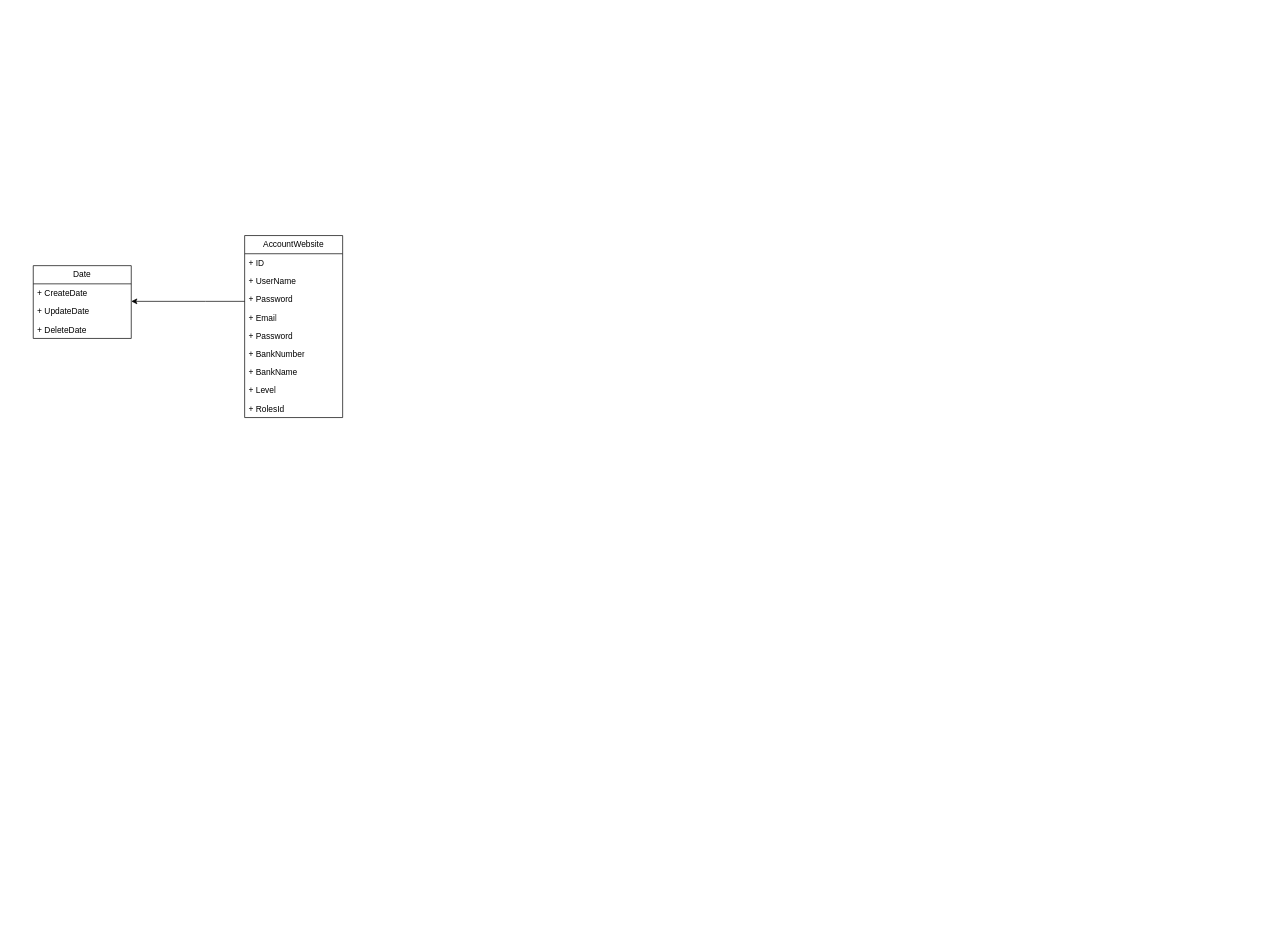
This is Biểu đồ không có tiêu đề.drawio from RudeusGs/GameTradeZone, a draw.io file, before an edit. Source tidied: cells renumbered, new cells numbered last; positions are measured from the earlier drawing's top-left corner, leaving out a move shared by most shapes. Both pictures are drawn from the tidied source at 70%, with x=0, y=0 at pixel (33, 235).
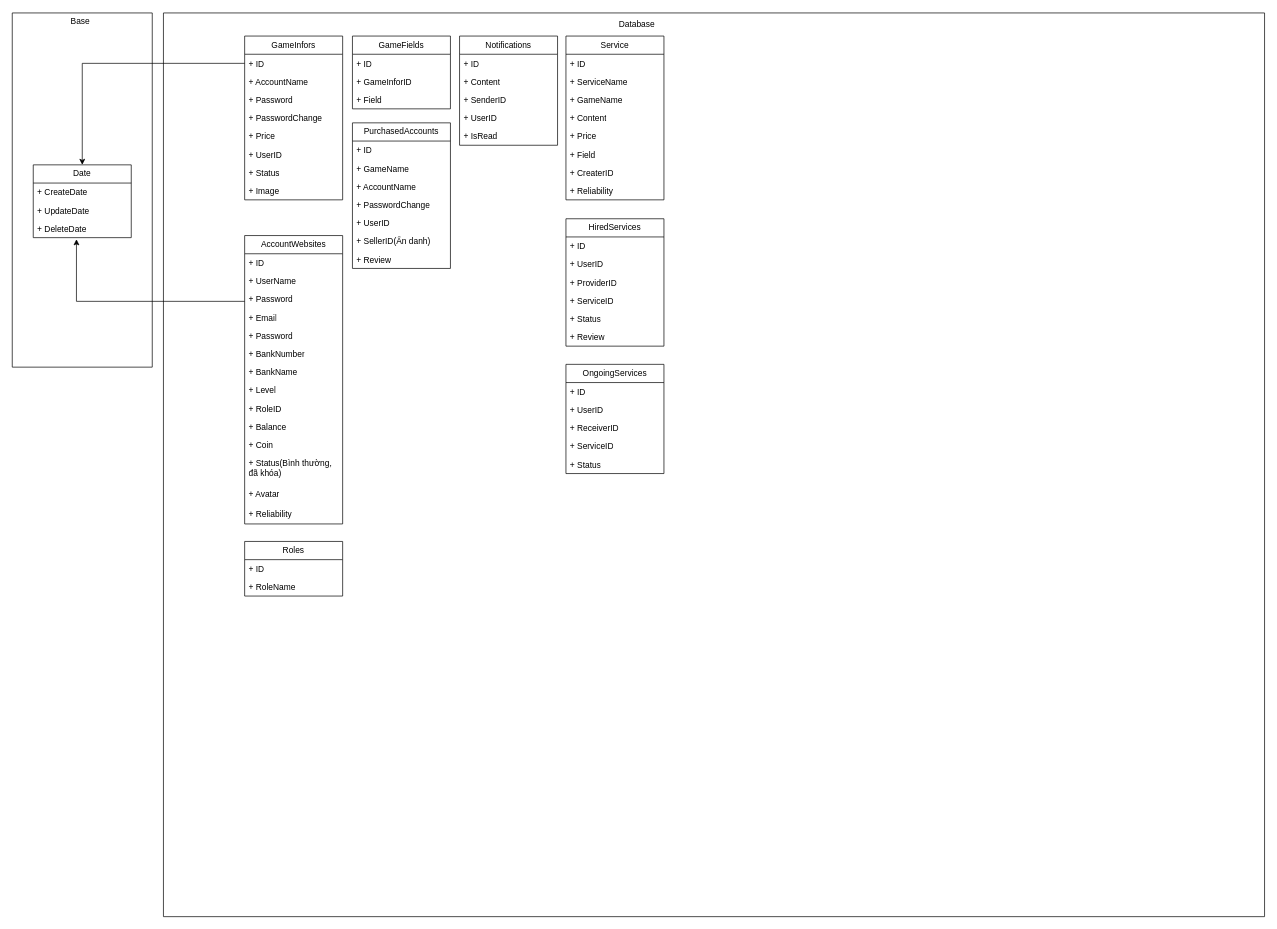
After the change.

The change refers to these unchanged cells:
```xml
<mxCell id="14" value="+ UpdateDate" style="text;strokeColor=none;fillColor=none;align=left;verticalAlign=top;spacingLeft=4;spacingRight=4;overflow=hidden;points=[[0,0.5],[1,0.5]];portConstraint=eastwest;whiteSpace=wrap;html=1;" parent="12" vertex="1">
  <mxGeometry y="52" width="140" height="26" as="geometry" />
</mxCell>
<mxCell id="15" value="+ DeleteDate" style="text;strokeColor=none;fillColor=none;align=left;verticalAlign=top;spacingLeft=4;spacingRight=4;overflow=hidden;points=[[0,0.5],[1,0.5]];portConstraint=eastwest;whiteSpace=wrap;html=1;" parent="12" vertex="1">
  <mxGeometry y="78" width="140" height="26" as="geometry" />
</mxCell>
```

The edit, as a diff of the source:
```diff
@@
-    <mxCell id="2" value="AccountWebsite" style="swimlane;fontStyle=0;horizontal=1;startSize=26;fillColor=none;whiteSpace=wrap;html=1;" parent="1" vertex="1">
-      <mxGeometry x="302" width="140" height="260" as="geometry" />
+    <mxCell id="2" value="AccountWebsites" style="swimlane;fontStyle=0;horizontal=1;startSize=26;fillColor=none;whiteSpace=wrap;html=1;" parent="1" vertex="1">
+      <mxGeometry x="302" width="140" height="412" as="geometry" />
     </mxCell>
@@
-    <mxCell id="11" value="+ RolesId" style="text;strokeColor=none;fillColor=none;align=left;verticalAlign=top;spacingLeft=4;spacingRight=4;overflow=hidden;whiteSpace=wrap;html=1;" parent="2" vertex="1">
+    <mxCell id="11" value="+ RoleID" style="text;strokeColor=none;fillColor=none;align=left;verticalAlign=top;spacingLeft=4;spacingRight=4;overflow=hidden;whiteSpace=wrap;html=1;" parent="2" vertex="1">
       <mxGeometry y="234" width="140" height="26" as="geometry" />
     </mxCell>
+    <mxCell id="17" value="+ Balance" style="text;strokeColor=none;fillColor=none;align=left;verticalAlign=top;spacingLeft=4;spacingRight=4;overflow=hidden;whiteSpace=wrap;html=1;" parent="2" vertex="1">
+      <mxGeometry y="260" width="140" height="26" as="geometry" />
+    </mxCell>
+    <mxCell id="18" value="+ Coin" style="text;strokeColor=none;fillColor=none;align=left;verticalAlign=top;spacingLeft=4;spacingRight=4;overflow=hidden;whiteSpace=wrap;html=1;" parent="2" vertex="1">
+      <mxGeometry y="286" width="140" height="26" as="geometry" />
+    </mxCell>
+    <mxCell id="19" value="+ Status(Bình thường, đã khóa)" style="text;strokeColor=none;fillColor=none;align=left;verticalAlign=top;spacingLeft=4;spacingRight=4;overflow=hidden;whiteSpace=wrap;html=1;" parent="2" vertex="1">
+      <mxGeometry y="312" width="140" height="44" as="geometry" />
+    </mxCell>
+    <mxCell id="20" value="+ Avatar" style="text;strokeColor=none;fillColor=none;align=left;verticalAlign=top;spacingLeft=4;spacingRight=4;overflow=hidden;whiteSpace=wrap;html=1;" parent="2" vertex="1">
+      <mxGeometry y="356" width="140" height="28" as="geometry" />
+    </mxCell>
+    <mxCell id="21" value="+ Reliability" style="text;strokeColor=none;fillColor=none;align=left;verticalAlign=top;spacingLeft=4;spacingRight=4;overflow=hidden;whiteSpace=wrap;html=1;" parent="2" vertex="1">
+      <mxGeometry y="384" width="140" height="28" as="geometry" />
+    </mxCell>
+    <mxCell id="16" style="edgeStyle=orthogonalEdgeStyle;rounded=0;jettySize=auto;html=1;entryX=0.441;entryY=1.09;entryDx=0;entryDy=0;entryPerimeter=0;" parent="1" edge="1" source="2" target="15">
+      <mxGeometry relative="1" as="geometry">
+        <Array as="points">
+          <mxPoint x="62" y="94" />
+        </Array>
+      </mxGeometry>
+    </mxCell>
+    <mxCell id="22" style="swimlane;startSize=0;" parent="1" vertex="1">
+      <mxGeometry x="-30" y="-318" width="200" height="506" as="geometry" />
+    </mxCell>
-    <mxCell id="12" value="Date" style="swimlane;fontStyle=0;horizontal=1;startSize=26;fillColor=none;whiteSpace=wrap;html=1;" parent="1" vertex="1">
-      <mxGeometry y="43" width="140" height="104" as="geometry" />
+    <mxCell id="12" value="Date" style="swimlane;fontStyle=0;horizontal=1;startSize=26;fillColor=none;whiteSpace=wrap;html=1;" parent="22" vertex="1">
+      <mxGeometry x="30" y="217" width="140" height="104" as="geometry" />
     </mxCell>
@@
-    <mxCell id="16" style="edgeStyle=orthogonalEdgeStyle;rounded=0;jettySize=auto;html=1;entryX=1;entryY=-0.038;entryDx=0;entryDy=0;entryPerimeter=0;" parent="1" edge="1" source="2" target="14">
-      <mxGeometry relative="1" as="geometry">
-        <Array as="points">
-          <mxPoint x="246" y="94" />
-          <mxPoint x="246" y="94" />
-        </Array>
-      </mxGeometry>
-    </mxCell>
+    <mxCell id="23" value="Base" style="text;html=1;align=center;verticalAlign=middle;strokeColor=none;fillColor=none;" parent="1" vertex="1">
+      <mxGeometry x="44" y="-319" width="45" height="26" as="geometry" />
+    </mxCell>
+    <mxCell id="24" style="swimlane;startSize=0;" parent="1" vertex="1">
+      <mxGeometry x="186" y="-318" width="1573" height="1291" as="geometry" />
+    </mxCell>
+    <mxCell id="25" value="Database" style="text;html=1;align=center;verticalAlign=middle;strokeColor=none;fillColor=none;" parent="24" vertex="1">
+      <mxGeometry x="641" y="4" width="69" height="26" as="geometry" />
+    </mxCell>
+    <mxCell id="26" value="GameFields" style="swimlane;fontStyle=0;horizontal=1;startSize=26;fillColor=none;whiteSpace=wrap;html=1;" parent="24" vertex="1">
+      <mxGeometry x="270" y="33" width="140" height="104" as="geometry" />
+    </mxCell>
+    <mxCell id="27" value="+ ID" style="text;strokeColor=none;fillColor=none;align=left;verticalAlign=top;spacingLeft=4;spacingRight=4;overflow=hidden;whiteSpace=wrap;html=1;" parent="26" vertex="1">
+      <mxGeometry y="26" width="140" height="26" as="geometry" />
+    </mxCell>
+    <mxCell id="28" value="+ GameInforID" style="text;strokeColor=none;fillColor=none;align=left;verticalAlign=top;spacingLeft=4;spacingRight=4;overflow=hidden;whiteSpace=wrap;html=1;" parent="26" vertex="1">
+      <mxGeometry y="52" width="140" height="26" as="geometry" />
+    </mxCell>
+    <mxCell id="29" value="+ Field" style="text;strokeColor=none;fillColor=none;align=left;verticalAlign=top;spacingLeft=4;spacingRight=4;overflow=hidden;whiteSpace=wrap;html=1;" parent="26" vertex="1">
+      <mxGeometry y="78" width="140" height="26" as="geometry" />
+    </mxCell>
+    <mxCell id="30" value="GameInfors" style="swimlane;fontStyle=0;horizontal=1;startSize=26;fillColor=none;whiteSpace=wrap;html=1;" parent="24" vertex="1">
+      <mxGeometry x="116" y="33" width="140" height="234" as="geometry" />
+    </mxCell>
+    <mxCell id="31" value="+ ID" style="text;strokeColor=none;fillColor=none;align=left;verticalAlign=top;spacingLeft=4;spacingRight=4;overflow=hidden;points=[[0,0.5],[1,0.5]];portConstraint=eastwest;whiteSpace=wrap;html=1;" parent="30" vertex="1">
+      <mxGeometry y="26" width="140" height="26" as="geometry" />
+    </mxCell>
+    <mxCell id="32" value="+ AccountName" style="text;strokeColor=none;fillColor=none;align=left;verticalAlign=top;spacingLeft=4;spacingRight=4;overflow=hidden;whiteSpace=wrap;html=1;" parent="30" vertex="1">
+      <mxGeometry y="52" width="140" height="26" as="geometry" />
+    </mxCell>
+    <mxCell id="33" value="+ Password" style="text;strokeColor=none;fillColor=none;align=left;verticalAlign=top;spacingLeft=4;spacingRight=4;overflow=hidden;whiteSpace=wrap;html=1;" parent="30" vertex="1">
+      <mxGeometry y="78" width="140" height="26" as="geometry" />
+    </mxCell>
+    <mxCell id="34" value="+ PasswordChange" style="text;strokeColor=none;fillColor=none;align=left;verticalAlign=top;spacingLeft=4;spacingRight=4;overflow=hidden;whiteSpace=wrap;html=1;" parent="30" vertex="1">
+      <mxGeometry y="104" width="140" height="26" as="geometry" />
+    </mxCell>
+    <mxCell id="35" value="+ Price" style="text;strokeColor=none;fillColor=none;align=left;verticalAlign=top;spacingLeft=4;spacingRight=4;overflow=hidden;whiteSpace=wrap;html=1;" parent="30" vertex="1">
+      <mxGeometry y="130" width="140" height="26" as="geometry" />
+    </mxCell>
+    <mxCell id="36" value="+ UserID" style="text;strokeColor=none;fillColor=none;align=left;verticalAlign=top;spacingLeft=4;spacingRight=4;overflow=hidden;whiteSpace=wrap;html=1;" parent="30" vertex="1">
+      <mxGeometry y="156" width="140" height="26" as="geometry" />
+    </mxCell>
+    <mxCell id="37" value="+ Status" style="text;strokeColor=none;fillColor=none;align=left;verticalAlign=top;spacingLeft=4;spacingRight=4;overflow=hidden;whiteSpace=wrap;html=1;" parent="30" vertex="1">
+      <mxGeometry y="182" width="140" height="26" as="geometry" />
+    </mxCell>
+    <mxCell id="38" value="+ Image" style="text;strokeColor=none;fillColor=none;align=left;verticalAlign=top;spacingLeft=4;spacingRight=4;overflow=hidden;whiteSpace=wrap;html=1;" parent="30" vertex="1">
+      <mxGeometry y="208" width="140" height="26" as="geometry" />
+    </mxCell>
+    <mxCell id="39" value="Notifications" style="swimlane;fontStyle=0;horizontal=1;startSize=26;fillColor=none;whiteSpace=wrap;html=1;" parent="24" vertex="1">
+      <mxGeometry x="423" y="33" width="140" height="156" as="geometry" />
+    </mxCell>
+    <mxCell id="40" value="+ ID" style="text;strokeColor=none;fillColor=none;align=left;verticalAlign=top;spacingLeft=4;spacingRight=4;overflow=hidden;whiteSpace=wrap;html=1;" parent="39" vertex="1">
+      <mxGeometry y="26" width="140" height="26" as="geometry" />
+    </mxCell>
+    <mxCell id="41" value="+ Content" style="text;strokeColor=none;fillColor=none;align=left;verticalAlign=top;spacingLeft=4;spacingRight=4;overflow=hidden;whiteSpace=wrap;html=1;" parent="39" vertex="1">
+      <mxGeometry y="52" width="140" height="26" as="geometry" />
+    </mxCell>
+    <mxCell id="42" value="+ SenderID" style="text;strokeColor=none;fillColor=none;align=left;verticalAlign=top;spacingLeft=4;spacingRight=4;overflow=hidden;whiteSpace=wrap;html=1;" parent="39" vertex="1">
+      <mxGeometry y="78" width="140" height="26" as="geometry" />
+    </mxCell>
+    <mxCell id="43" value="+ UserID" style="text;strokeColor=none;fillColor=none;align=left;verticalAlign=top;spacingLeft=4;spacingRight=4;overflow=hidden;whiteSpace=wrap;html=1;" parent="39" vertex="1">
+      <mxGeometry y="104" width="140" height="26" as="geometry" />
+    </mxCell>
+    <mxCell id="44" value="+ IsRead" style="text;strokeColor=none;fillColor=none;align=left;verticalAlign=top;spacingLeft=4;spacingRight=4;overflow=hidden;whiteSpace=wrap;html=1;" parent="39" vertex="1">
+      <mxGeometry y="130" width="140" height="26" as="geometry" />
+    </mxCell>
+    <mxCell id="45" value="PurchasedAccounts" style="swimlane;fontStyle=0;horizontal=1;startSize=26;fillColor=none;whiteSpace=wrap;html=1;" parent="24" vertex="1">
+      <mxGeometry x="270" y="157" width="140" height="208" as="geometry" />
+    </mxCell>
+    <mxCell id="46" value="+ ID" style="text;strokeColor=none;fillColor=none;align=left;verticalAlign=top;spacingLeft=4;spacingRight=4;overflow=hidden;whiteSpace=wrap;html=1;" parent="45" vertex="1">
+      <mxGeometry y="26" width="140" height="26" as="geometry" />
+    </mxCell>
+    <mxCell id="47" value="+ GameName" style="text;strokeColor=none;fillColor=none;align=left;verticalAlign=top;spacingLeft=4;spacingRight=4;overflow=hidden;whiteSpace=wrap;html=1;" parent="45" vertex="1">
+      <mxGeometry y="52" width="140" height="26" as="geometry" />
+    </mxCell>
+    <mxCell id="48" value="+ AccountName" style="text;strokeColor=none;fillColor=none;align=left;verticalAlign=top;spacingLeft=4;spacingRight=4;overflow=hidden;whiteSpace=wrap;html=1;" parent="45" vertex="1">
+      <mxGeometry y="78" width="140" height="26" as="geometry" />
+    </mxCell>
+    <mxCell id="49" value="+ PasswordChange" style="text;strokeColor=none;fillColor=none;align=left;verticalAlign=top;spacingLeft=4;spacingRight=4;overflow=hidden;whiteSpace=wrap;html=1;" parent="45" vertex="1">
+      <mxGeometry y="104" width="140" height="26" as="geometry" />
+    </mxCell>
+    <mxCell id="50" value="+ UserID" style="text;strokeColor=none;fillColor=none;align=left;verticalAlign=top;spacingLeft=4;spacingRight=4;overflow=hidden;whiteSpace=wrap;html=1;" parent="45" vertex="1">
+      <mxGeometry y="130" width="140" height="26" as="geometry" />
+    </mxCell>
+    <mxCell id="51" value="+ SellerID(Ẩn danh)" style="text;strokeColor=none;fillColor=none;align=left;verticalAlign=top;spacingLeft=4;spacingRight=4;overflow=hidden;whiteSpace=wrap;html=1;" parent="45" vertex="1">
+      <mxGeometry y="156" width="140" height="26" as="geometry" />
+    </mxCell>
+    <mxCell id="52" value="+ Review" style="text;strokeColor=none;fillColor=none;align=left;verticalAlign=top;spacingLeft=4;spacingRight=4;overflow=hidden;whiteSpace=wrap;html=1;" parent="45" vertex="1">
+      <mxGeometry y="182" width="140" height="26" as="geometry" />
+    </mxCell>
+    <mxCell id="53" value="Roles" style="swimlane;fontStyle=0;horizontal=1;startSize=26;fillColor=none;whiteSpace=wrap;html=1;" parent="24" vertex="1">
+      <mxGeometry x="116" y="755" width="140" height="78" as="geometry" />
+    </mxCell>
+    <mxCell id="54" value="+ ID" style="text;strokeColor=none;fillColor=none;align=left;verticalAlign=top;spacingLeft=4;spacingRight=4;overflow=hidden;whiteSpace=wrap;html=1;" parent="53" vertex="1">
+      <mxGeometry y="26" width="140" height="26" as="geometry" />
+    </mxCell>
+    <mxCell id="55" value="+ RoleName" style="text;strokeColor=none;fillColor=none;align=left;verticalAlign=top;spacingLeft=4;spacingRight=4;overflow=hidden;whiteSpace=wrap;html=1;" parent="53" vertex="1">
+      <mxGeometry y="52" width="140" height="26" as="geometry" />
+    </mxCell>
+    <mxCell id="56" value="Service" style="swimlane;fontStyle=0;horizontal=1;startSize=26;fillColor=none;whiteSpace=wrap;html=1;" parent="24" vertex="1">
+      <mxGeometry x="575" y="33" width="140" height="234" as="geometry" />
+    </mxCell>
+    <mxCell id="57" value="+ ID" style="text;strokeColor=none;fillColor=none;align=left;verticalAlign=top;spacingLeft=4;spacingRight=4;overflow=hidden;whiteSpace=wrap;html=1;" parent="56" vertex="1">
+      <mxGeometry y="26" width="140" height="26" as="geometry" />
+    </mxCell>
+    <mxCell id="58" value="+ ServiceName" style="text;strokeColor=none;fillColor=none;align=left;verticalAlign=top;spacingLeft=4;spacingRight=4;overflow=hidden;whiteSpace=wrap;html=1;" parent="56" vertex="1">
+      <mxGeometry y="52" width="140" height="26" as="geometry" />
+    </mxCell>
+    <mxCell id="59" value="+ GameName" style="text;strokeColor=none;fillColor=none;align=left;verticalAlign=top;spacingLeft=4;spacingRight=4;overflow=hidden;whiteSpace=wrap;html=1;" parent="56" vertex="1">
+      <mxGeometry y="78" width="140" height="26" as="geometry" />
+    </mxCell>
+    <mxCell id="60" value="+ Content" style="text;strokeColor=none;fillColor=none;align=left;verticalAlign=top;spacingLeft=4;spacingRight=4;overflow=hidden;whiteSpace=wrap;html=1;" parent="56" vertex="1">
+      <mxGeometry y="104" width="140" height="26" as="geometry" />
+    </mxCell>
+    <mxCell id="61" value="+ Price" style="text;strokeColor=none;fillColor=none;align=left;verticalAlign=top;spacingLeft=4;spacingRight=4;overflow=hidden;whiteSpace=wrap;html=1;" parent="56" vertex="1">
+      <mxGeometry y="130" width="140" height="26" as="geometry" />
+    </mxCell>
+    <mxCell id="62" value="+ Field" style="text;strokeColor=none;fillColor=none;align=left;verticalAlign=top;spacingLeft=4;spacingRight=4;overflow=hidden;whiteSpace=wrap;html=1;" parent="56" vertex="1">
+      <mxGeometry y="156" width="140" height="26" as="geometry" />
+    </mxCell>
+    <mxCell id="63" value="+ CreaterID" style="text;strokeColor=none;fillColor=none;align=left;verticalAlign=top;spacingLeft=4;spacingRight=4;overflow=hidden;whiteSpace=wrap;html=1;" parent="56" vertex="1">
+      <mxGeometry y="182" width="140" height="26" as="geometry" />
+    </mxCell>
+    <mxCell id="64" value="+ Reliability" style="text;strokeColor=none;fillColor=none;align=left;verticalAlign=top;spacingLeft=4;spacingRight=4;overflow=hidden;whiteSpace=wrap;html=1;" parent="56" vertex="1">
+      <mxGeometry y="208" width="140" height="26" as="geometry" />
+    </mxCell>
+    <mxCell id="65" value="HiredServices" style="swimlane;fontStyle=0;horizontal=1;startSize=26;fillColor=none;whiteSpace=wrap;html=1;" parent="24" vertex="1">
+      <mxGeometry x="575" y="294" width="140" height="182" as="geometry" />
+    </mxCell>
+    <mxCell id="66" value="+ ID" style="text;strokeColor=none;fillColor=none;align=left;verticalAlign=top;spacingLeft=4;spacingRight=4;overflow=hidden;whiteSpace=wrap;html=1;" parent="65" vertex="1">
+      <mxGeometry y="26" width="140" height="26" as="geometry" />
+    </mxCell>
+    <mxCell id="67" value="+ UserID" style="text;strokeColor=none;fillColor=none;align=left;verticalAlign=top;spacingLeft=4;spacingRight=4;overflow=hidden;whiteSpace=wrap;html=1;" parent="65" vertex="1">
+      <mxGeometry y="52" width="140" height="26" as="geometry" />
+    </mxCell>
+    <mxCell id="68" value="+ ProviderID" style="text;strokeColor=none;fillColor=none;align=left;verticalAlign=top;spacingLeft=4;spacingRight=4;overflow=hidden;whiteSpace=wrap;html=1;" parent="65" vertex="1">
+      <mxGeometry y="78" width="140" height="26" as="geometry" />
+    </mxCell>
+    <mxCell id="69" value="+ ServiceID" style="text;strokeColor=none;fillColor=none;align=left;verticalAlign=top;spacingLeft=4;spacingRight=4;overflow=hidden;whiteSpace=wrap;html=1;" parent="65" vertex="1">
+      <mxGeometry y="104" width="140" height="26" as="geometry" />
+    </mxCell>
+    <mxCell id="70" value="+ Status" style="text;strokeColor=none;fillColor=none;align=left;verticalAlign=top;spacingLeft=4;spacingRight=4;overflow=hidden;whiteSpace=wrap;html=1;" parent="65" vertex="1">
+      <mxGeometry y="130" width="140" height="26" as="geometry" />
+    </mxCell>
+    <mxCell id="71" value="+ Review" style="text;strokeColor=none;fillColor=none;align=left;verticalAlign=top;spacingLeft=4;spacingRight=4;overflow=hidden;whiteSpace=wrap;html=1;" parent="65" vertex="1">
+      <mxGeometry y="156" width="140" height="26" as="geometry" />
+    </mxCell>
+    <mxCell id="72" value="OngoingServices" style="swimlane;fontStyle=0;horizontal=1;startSize=26;fillColor=none;whiteSpace=wrap;html=1;" parent="24" vertex="1">
+      <mxGeometry x="575" y="502" width="140" height="156" as="geometry" />
+    </mxCell>
+    <mxCell id="73" value="+ ID" style="text;strokeColor=none;fillColor=none;align=left;verticalAlign=top;spacingLeft=4;spacingRight=4;overflow=hidden;whiteSpace=wrap;html=1;" parent="72" vertex="1">
+      <mxGeometry y="26" width="140" height="26" as="geometry" />
+    </mxCell>
+    <mxCell id="74" value="+ UserID" style="text;strokeColor=none;fillColor=none;align=left;verticalAlign=top;spacingLeft=4;spacingRight=4;overflow=hidden;whiteSpace=wrap;html=1;" parent="72" vertex="1">
+      <mxGeometry y="52" width="140" height="26" as="geometry" />
+    </mxCell>
+    <mxCell id="75" value="+ ReceiverID" style="text;strokeColor=none;fillColor=none;align=left;verticalAlign=top;spacingLeft=4;spacingRight=4;overflow=hidden;whiteSpace=wrap;html=1;" parent="72" vertex="1">
+      <mxGeometry y="78" width="140" height="26" as="geometry" />
+    </mxCell>
+    <mxCell id="76" value="+ ServiceID" style="text;strokeColor=none;fillColor=none;align=left;verticalAlign=top;spacingLeft=4;spacingRight=4;overflow=hidden;whiteSpace=wrap;html=1;" parent="72" vertex="1">
+      <mxGeometry y="104" width="140" height="26" as="geometry" />
+    </mxCell>
+    <mxCell id="77" value="+ Status" style="text;strokeColor=none;fillColor=none;align=left;verticalAlign=top;spacingLeft=4;spacingRight=4;overflow=hidden;whiteSpace=wrap;html=1;" parent="72" vertex="1">
+      <mxGeometry y="130" width="140" height="26" as="geometry" />
+    </mxCell>
+    <mxCell id="78" style="edgeStyle=orthogonalEdgeStyle;rounded=0;jettySize=auto;html=1;entryX=0.5;entryY=0;entryDx=0;entryDy=0;" parent="1" edge="1" source="31" target="12">
+      <mxGeometry relative="1" as="geometry" />
+    </mxCell>
```
